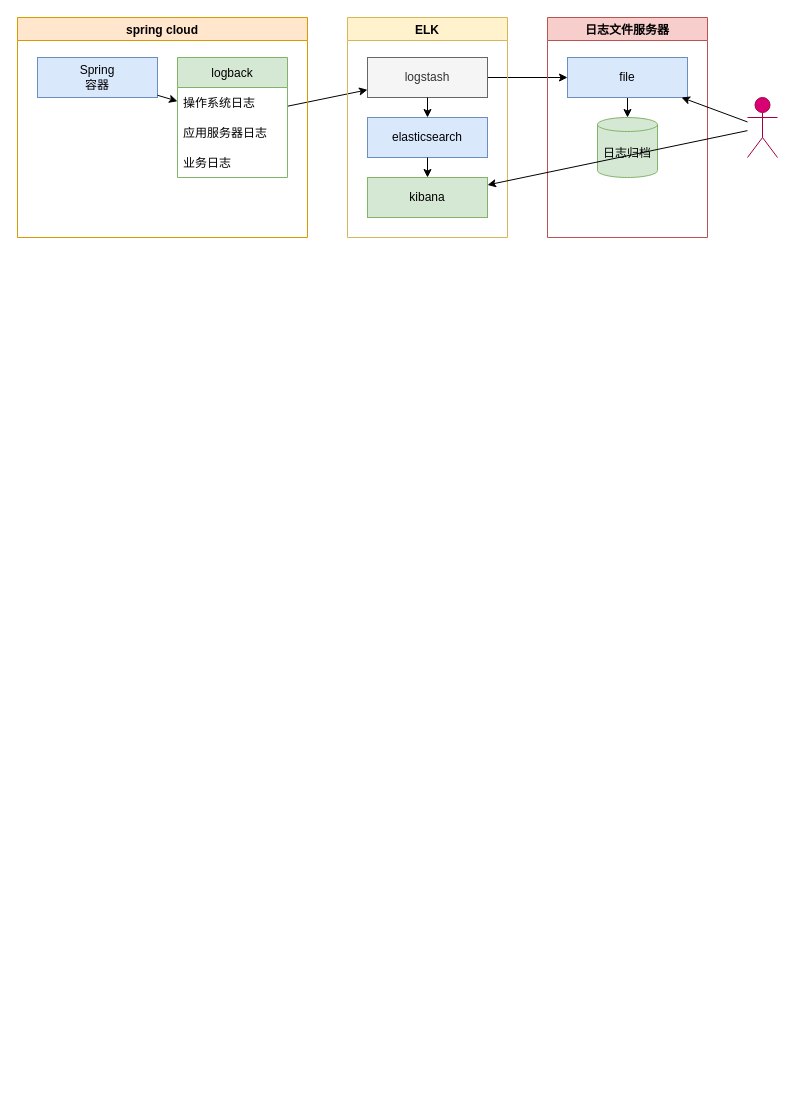
Earlier version of the draw.io diagram page "第 1 页" (1 of 3) of attachment/logs.drawio (freebook/Architect). Source tidied: cells renumbered, new cells numbered last; positions are measured from the earlier drawing's top-left corner, leaving out a move shared by most shapes. Both pictures are drawn from the tidied source at 100%, with x=0, y=0 at pixel (17, 17).
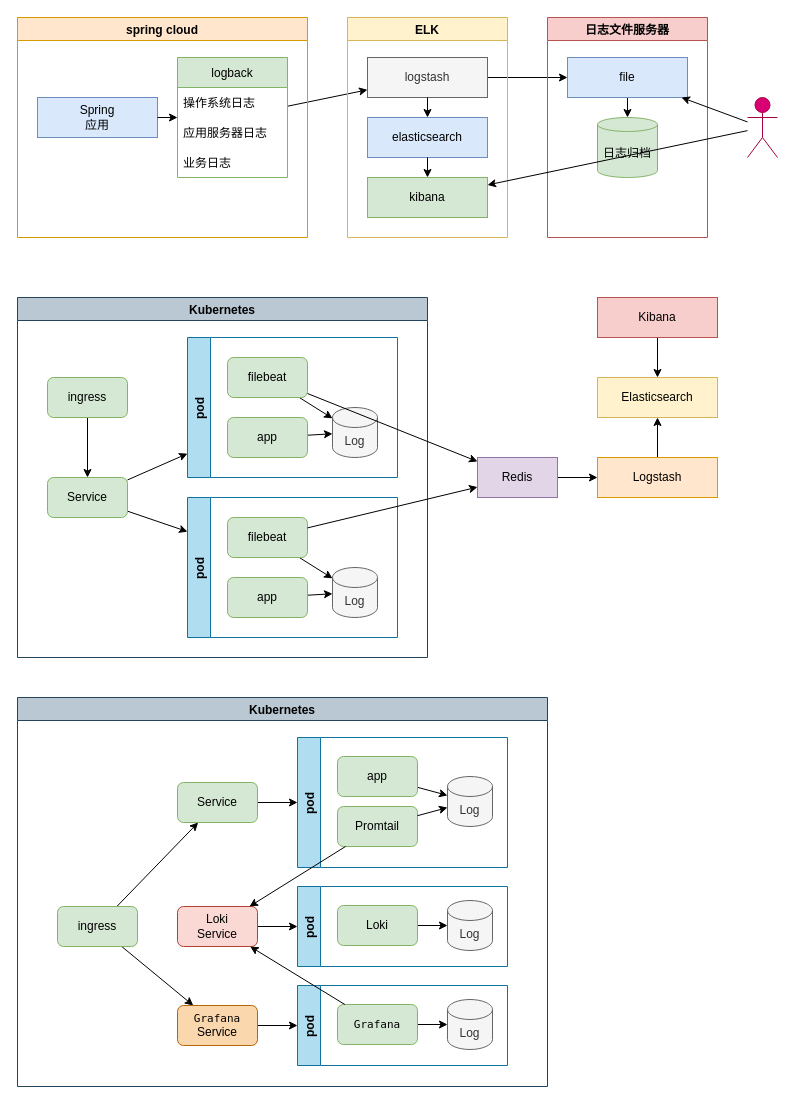
The same page after the edit.

The change refers to these unchanged cells:
```xml
<mxCell id="4" value="spring cloud" style="swimlane;fillColor=#ffe6cc;strokeColor=#d79b00;" parent="1" vertex="1">
  <mxGeometry width="290" height="220" as="geometry" />
</mxCell>
```

The edit, as a diff of the source:
```diff
@@
-    <mxCell id="5" value="Spring&lt;br&gt;容器" style="rounded=0;whiteSpace=wrap;html=1;fillColor=#dae8fc;strokeColor=#6c8ebf;" parent="4" vertex="1">
-      <mxGeometry x="20" y="40" width="120" height="40" as="geometry" />
+    <mxCell id="5" value="Spring&lt;br&gt;应用" style="rounded=0;whiteSpace=wrap;html=1;fillColor=#dae8fc;strokeColor=#6c8ebf;" parent="4" vertex="1">
+      <mxGeometry x="20" y="80" width="120" height="40" as="geometry" />
     </mxCell>
@@
+    <mxCell id="24" value="Kubernetes" style="swimlane;fillColor=#bac8d3;strokeColor=#23445d;" parent="1" vertex="1">
+      <mxGeometry y="680" width="530" height="389" as="geometry" />
+    </mxCell>
+    <mxCell id="25" style="edgeStyle=none;html=1;" parent="24" edge="1" source="27" target="29">
+      <mxGeometry relative="1" as="geometry" />
+    </mxCell>
+    <mxCell id="26" style="edgeStyle=none;html=1;fontColor=#000000;" parent="24" edge="1" source="27" target="48">
+      <mxGeometry relative="1" as="geometry" />
+    </mxCell>
+    <mxCell id="27" value="ingress" style="rounded=1;whiteSpace=wrap;html=1;fillColor=#d5e8d4;strokeColor=#82b366;" parent="24" vertex="1">
+      <mxGeometry x="40" y="209" width="80" height="40" as="geometry" />
+    </mxCell>
+    <mxCell id="28" style="edgeStyle=none;html=1;" parent="24" edge="1" source="29" target="30">
+      <mxGeometry relative="1" as="geometry" />
+    </mxCell>
+    <mxCell id="29" value="Service" style="rounded=1;whiteSpace=wrap;html=1;fillColor=#d5e8d4;strokeColor=#82b366;" parent="24" vertex="1">
+      <mxGeometry x="160" y="85" width="80" height="40" as="geometry" />
+    </mxCell>
+    <mxCell id="30" value="pod" style="swimlane;horizontal=0;fillColor=#b1ddf0;strokeColor=#10739e;" parent="24" vertex="1">
+      <mxGeometry x="280" y="40" width="210" height="130" as="geometry" />
+    </mxCell>
+    <mxCell id="31" style="edgeStyle=none;html=1;" parent="30" edge="1" source="32" target="33">
+      <mxGeometry relative="1" as="geometry" />
+    </mxCell>
+    <mxCell id="32" value="app" style="rounded=1;whiteSpace=wrap;html=1;fillColor=#d5e8d4;strokeColor=#82b366;" parent="30" vertex="1">
+      <mxGeometry x="40" y="19" width="80" height="40" as="geometry" />
+    </mxCell>
+    <mxCell id="33" value="Log" style="shape=cylinder3;whiteSpace=wrap;html=1;boundedLbl=1;backgroundOutline=1;size=10;fillColor=#f5f5f5;fontColor=#333333;strokeColor=#666666;" parent="30" vertex="1">
+      <mxGeometry x="150" y="39" width="45" height="50" as="geometry" />
+    </mxCell>
+    <mxCell id="34" value="Promtail" style="rounded=1;whiteSpace=wrap;html=1;fillColor=#d5e8d4;strokeColor=#82b366;" parent="30" vertex="1">
+      <mxGeometry x="40" y="69" width="80" height="40" as="geometry" />
+    </mxCell>
+    <mxCell id="35" style="edgeStyle=none;html=1;" parent="30" edge="1" source="34" target="33">
+      <mxGeometry relative="1" as="geometry" />
+    </mxCell>
+    <mxCell id="36" value="pod" style="swimlane;horizontal=0;fillColor=#b1ddf0;strokeColor=#10739e;" parent="24" vertex="1">
+      <mxGeometry x="280" y="189" width="210" height="80" as="geometry" />
+    </mxCell>
+    <mxCell id="37" style="edgeStyle=none;html=1;" parent="36" edge="1" source="38" target="39">
+      <mxGeometry relative="1" as="geometry" />
+    </mxCell>
+    <mxCell id="38" value="Loki" style="rounded=1;whiteSpace=wrap;html=1;fillColor=#d5e8d4;strokeColor=#82b366;" parent="36" vertex="1">
+      <mxGeometry x="40" y="19" width="80" height="40" as="geometry" />
+    </mxCell>
+    <mxCell id="39" value="Log" style="shape=cylinder3;whiteSpace=wrap;html=1;boundedLbl=1;backgroundOutline=1;size=10;fillColor=#f5f5f5;fontColor=#333333;strokeColor=#666666;" parent="36" vertex="1">
+      <mxGeometry x="150" y="14" width="45" height="50" as="geometry" />
+    </mxCell>
+    <mxCell id="40" style="edgeStyle=none;html=1;" parent="24" edge="1" source="41" target="36">
+      <mxGeometry relative="1" as="geometry" />
+    </mxCell>
+    <mxCell id="41" value="Loki &lt;br&gt;Service" style="rounded=1;whiteSpace=wrap;html=1;fillColor=#fad9d5;strokeColor=#ae4132;" parent="24" vertex="1">
+      <mxGeometry x="160" y="209" width="80" height="40" as="geometry" />
+    </mxCell>
+    <mxCell id="42" style="edgeStyle=none;html=1;" parent="24" edge="1" source="34" target="41">
+      <mxGeometry relative="1" as="geometry" />
+    </mxCell>
+    <mxCell id="43" value="pod" style="swimlane;horizontal=0;fillColor=#b1ddf0;strokeColor=#10739e;" parent="24" vertex="1">
+      <mxGeometry x="280" y="288" width="210" height="80" as="geometry" />
+    </mxCell>
+    <mxCell id="44" style="edgeStyle=none;html=1;" parent="43" edge="1" source="45" target="46">
+      <mxGeometry relative="1" as="geometry" />
+    </mxCell>
+    <mxCell id="45" value="&lt;span style=&quot;font-family: &amp;#34;menlo&amp;#34; ; font-size: 11px&quot;&gt;Grafana&lt;/span&gt;" style="rounded=1;whiteSpace=wrap;html=1;fillColor=#d5e8d4;strokeColor=#82b366;" parent="43" vertex="1">
+      <mxGeometry x="40" y="19" width="80" height="40" as="geometry" />
+    </mxCell>
+    <mxCell id="46" value="Log" style="shape=cylinder3;whiteSpace=wrap;html=1;boundedLbl=1;backgroundOutline=1;size=10;fillColor=#f5f5f5;fontColor=#333333;strokeColor=#666666;" parent="43" vertex="1">
+      <mxGeometry x="150" y="14" width="45" height="50" as="geometry" />
+    </mxCell>
+    <mxCell id="47" style="edgeStyle=none;html=1;" parent="24" edge="1" source="48" target="43">
+      <mxGeometry relative="1" as="geometry" />
+    </mxCell>
+    <mxCell id="48" value="&lt;p class=&quot;p1&quot; style=&quot;margin: 0px ; font-stretch: normal ; font-size: 11px ; line-height: normal ; font-family: &amp;#34;menlo&amp;#34;&quot;&gt;&lt;span class=&quot;s1&quot;&gt;Grafana&lt;/span&gt;&lt;/p&gt;Service" style="rounded=1;whiteSpace=wrap;html=1;fillColor=#fad7ac;strokeColor=#b46504;" parent="24" vertex="1">
+      <mxGeometry x="160" y="308" width="80" height="40" as="geometry" />
+    </mxCell>
+    <mxCell id="49" style="edgeStyle=none;html=1;fontColor=#000000;" parent="24" edge="1" source="45" target="41">
+      <mxGeometry relative="1" as="geometry" />
+    </mxCell>
+    <mxCell id="50" value="Kubernetes" style="swimlane;fillColor=#bac8d3;strokeColor=#23445d;" parent="1" vertex="1">
+      <mxGeometry y="280" width="410" height="360" as="geometry" />
+    </mxCell>
+    <mxCell id="51" style="edgeStyle=none;html=1;" parent="50" edge="1" source="52" target="55">
+      <mxGeometry relative="1" as="geometry" />
+    </mxCell>
+    <mxCell id="52" value="ingress" style="rounded=1;whiteSpace=wrap;html=1;fillColor=#d5e8d4;strokeColor=#82b366;" parent="50" vertex="1">
+      <mxGeometry x="30" y="80" width="80" height="40" as="geometry" />
+    </mxCell>
+    <mxCell id="53" style="edgeStyle=none;html=1;" parent="50" edge="1" source="55" target="56">
+      <mxGeometry relative="1" as="geometry" />
+    </mxCell>
+    <mxCell id="54" style="edgeStyle=none;html=1;" parent="50" edge="1" source="55" target="62">
+      <mxGeometry relative="1" as="geometry" />
+    </mxCell>
+    <mxCell id="55" value="Service" style="rounded=1;whiteSpace=wrap;html=1;fillColor=#d5e8d4;strokeColor=#82b366;" parent="50" vertex="1">
+      <mxGeometry x="30" y="180" width="80" height="40" as="geometry" />
+    </mxCell>
+    <mxCell id="56" value="pod" style="swimlane;horizontal=0;fillColor=#b1ddf0;strokeColor=#10739e;" parent="50" vertex="1">
+      <mxGeometry x="170" y="40" width="210" height="140" as="geometry" />
+    </mxCell>
+    <mxCell id="57" style="edgeStyle=none;html=1;" parent="56" edge="1" source="58" target="61">
+      <mxGeometry relative="1" as="geometry" />
+    </mxCell>
+    <mxCell id="58" value="filebeat" style="rounded=1;whiteSpace=wrap;html=1;fillColor=#d5e8d4;strokeColor=#82b366;" parent="56" vertex="1">
+      <mxGeometry x="40" y="20" width="80" height="40" as="geometry" />
+    </mxCell>
+    <mxCell id="59" style="edgeStyle=none;html=1;" parent="56" edge="1" source="60" target="61">
+      <mxGeometry relative="1" as="geometry" />
+    </mxCell>
+    <mxCell id="60" value="app" style="rounded=1;whiteSpace=wrap;html=1;fillColor=#d5e8d4;strokeColor=#82b366;" parent="56" vertex="1">
+      <mxGeometry x="40" y="80" width="80" height="40" as="geometry" />
+    </mxCell>
+    <mxCell id="61" value="Log" style="shape=cylinder3;whiteSpace=wrap;html=1;boundedLbl=1;backgroundOutline=1;size=10;fillColor=#f5f5f5;fontColor=#333333;strokeColor=#666666;" parent="56" vertex="1">
+      <mxGeometry x="145" y="70" width="45" height="50" as="geometry" />
+    </mxCell>
+    <mxCell id="62" value="pod" style="swimlane;horizontal=0;fillColor=#b1ddf0;strokeColor=#10739e;" parent="50" vertex="1">
+      <mxGeometry x="170" y="200" width="210" height="140" as="geometry" />
+    </mxCell>
+    <mxCell id="63" style="edgeStyle=none;html=1;" parent="62" edge="1" source="64" target="67">
+      <mxGeometry relative="1" as="geometry" />
+    </mxCell>
+    <mxCell id="64" value="filebeat" style="rounded=1;whiteSpace=wrap;html=1;fillColor=#d5e8d4;strokeColor=#82b366;" parent="62" vertex="1">
+      <mxGeometry x="40" y="20" width="80" height="40" as="geometry" />
+    </mxCell>
+    <mxCell id="65" style="edgeStyle=none;html=1;" parent="62" edge="1" source="66" target="67">
+      <mxGeometry relative="1" as="geometry" />
+    </mxCell>
+    <mxCell id="66" value="app" style="rounded=1;whiteSpace=wrap;html=1;fillColor=#d5e8d4;strokeColor=#82b366;" parent="62" vertex="1">
+      <mxGeometry x="40" y="80" width="80" height="40" as="geometry" />
+    </mxCell>
+    <mxCell id="67" value="Log" style="shape=cylinder3;whiteSpace=wrap;html=1;boundedLbl=1;backgroundOutline=1;size=10;fillColor=#f5f5f5;fontColor=#333333;strokeColor=#666666;" parent="62" vertex="1">
+      <mxGeometry x="145" y="70" width="45" height="50" as="geometry" />
+    </mxCell>
+    <mxCell id="68" style="edgeStyle=none;html=1;" parent="1" edge="1" source="69" target="73">
+      <mxGeometry relative="1" as="geometry" />
+    </mxCell>
+    <mxCell id="69" value="Logstash" style="rounded=0;whiteSpace=wrap;html=1;fillColor=#ffe6cc;strokeColor=#d79b00;" parent="1" vertex="1">
+      <mxGeometry x="580" y="440" width="120" height="40" as="geometry" />
+    </mxCell>
+    <mxCell id="70" style="edgeStyle=none;html=1;" parent="1" edge="1" source="58" target="72">
+      <mxGeometry relative="1" as="geometry" />
+    </mxCell>
+    <mxCell id="71" style="edgeStyle=none;html=1;" parent="1" edge="1" source="72" target="69">
+      <mxGeometry relative="1" as="geometry" />
+    </mxCell>
+    <mxCell id="72" value="Redis" style="rounded=0;whiteSpace=wrap;html=1;fillColor=#e1d5e7;strokeColor=#9673a6;" parent="1" vertex="1">
+      <mxGeometry x="460" y="440" width="80" height="40" as="geometry" />
+    </mxCell>
+    <mxCell id="73" value="Elasticsearch" style="rounded=0;whiteSpace=wrap;html=1;fillColor=#fff2cc;strokeColor=#d6b656;" parent="1" vertex="1">
+      <mxGeometry x="580" y="360" width="120" height="40" as="geometry" />
+    </mxCell>
+    <mxCell id="74" style="edgeStyle=none;html=1;" parent="1" edge="1" source="75" target="73">
+      <mxGeometry relative="1" as="geometry" />
+    </mxCell>
+    <mxCell id="75" value="Kibana" style="rounded=0;whiteSpace=wrap;html=1;fillColor=#f8cecc;strokeColor=#b85450;" parent="1" vertex="1">
+      <mxGeometry x="580" y="280" width="120" height="40" as="geometry" />
+    </mxCell>
+    <mxCell id="76" style="edgeStyle=none;html=1;" parent="1" edge="1" source="64" target="72">
+      <mxGeometry relative="1" as="geometry" />
+    </mxCell>
```
